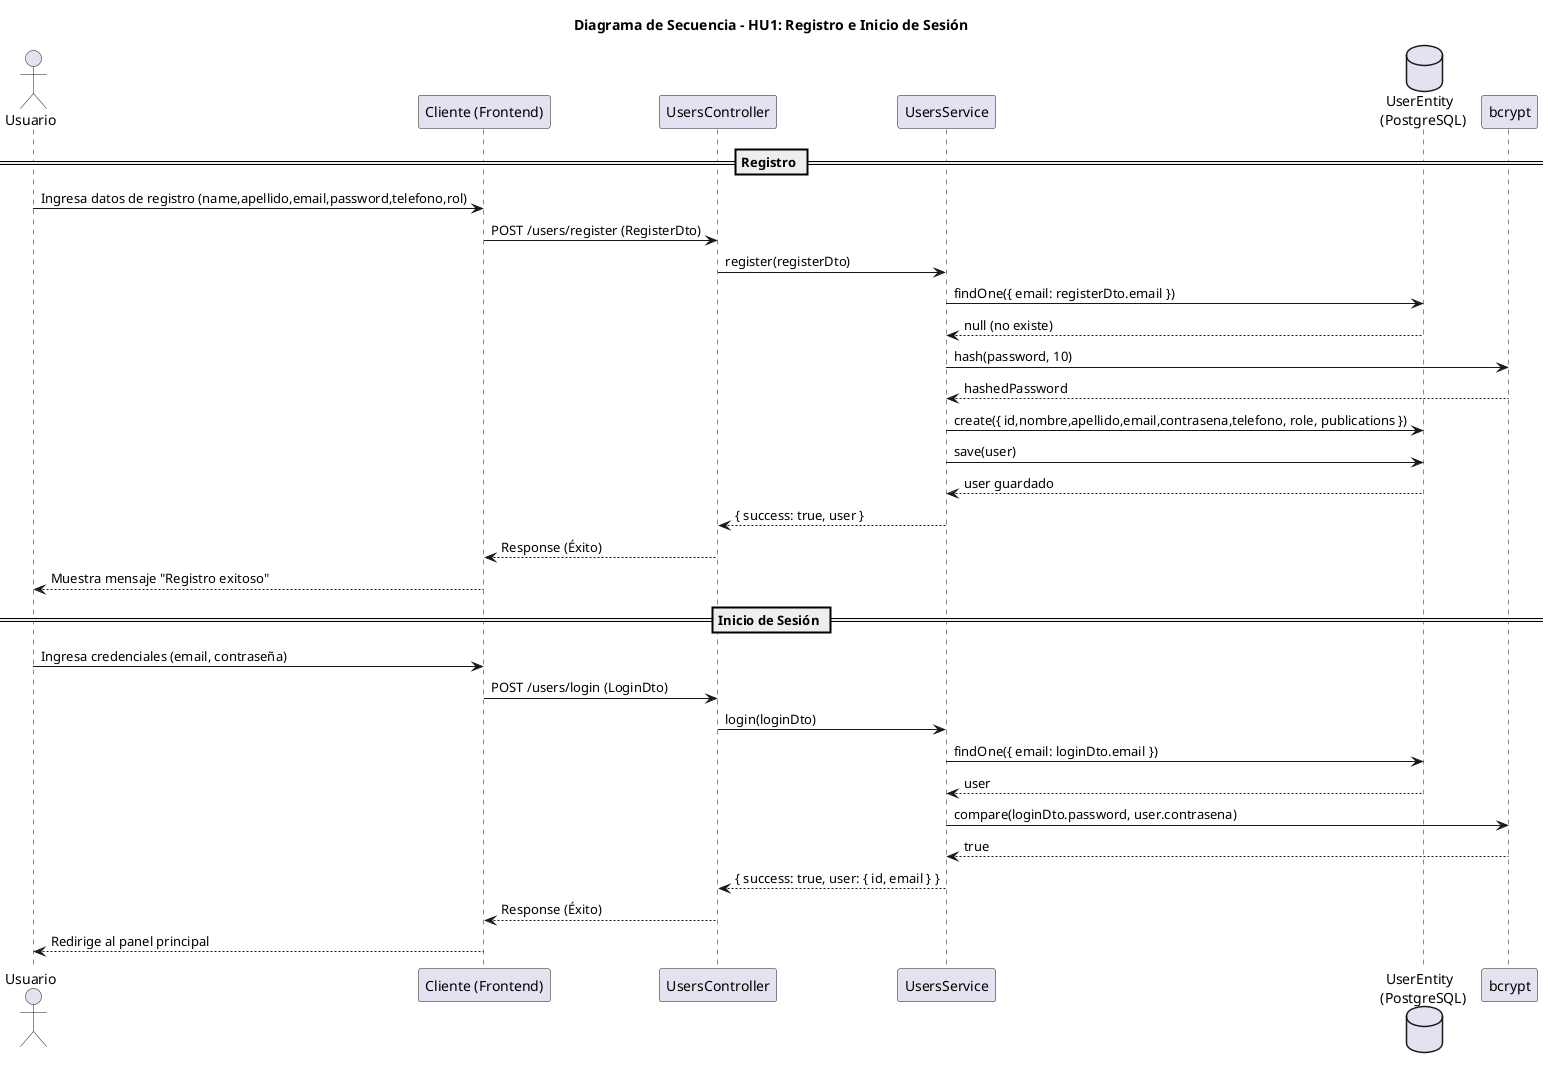
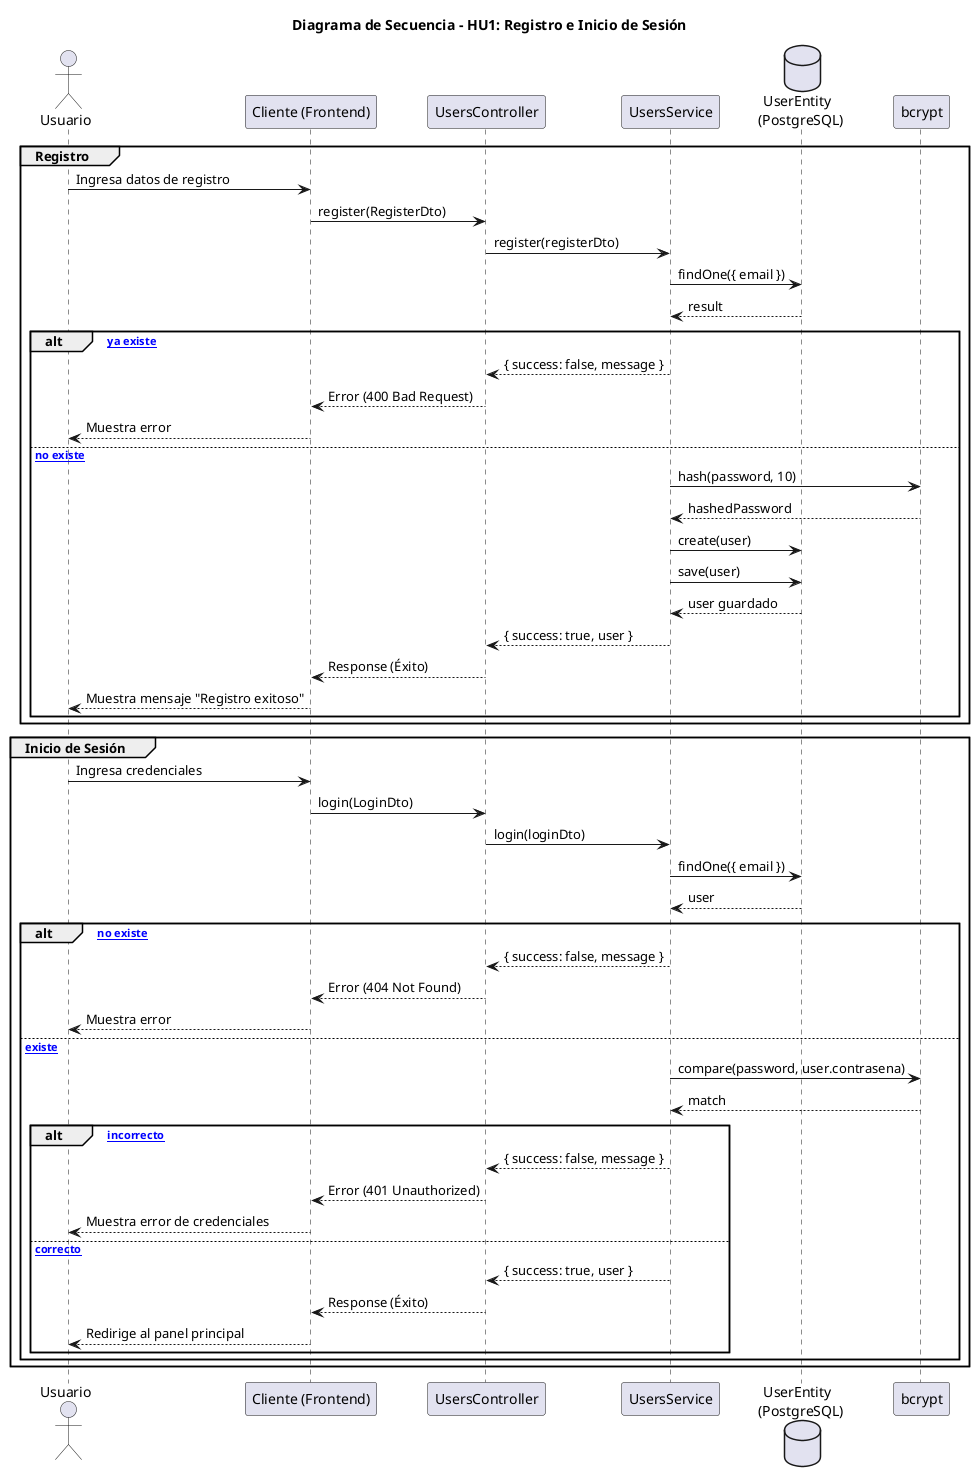
@startuml
title Diagrama de Secuencia - HU1: Registro e Inicio de Sesión

actor "Usuario" as User
participant "Cliente (Frontend)" as Client
participant "UsersController" as Controller
participant "UsersService" as Service
database "UserEntity \n (PostgreSQL)" as DB
participant "bcrypt" as Bcrypt

- == Registro ==
- User -> Client: Ingresa datos de registro (name,apellido,email,password,telefono,rol)
- Client -> Controller: POST /users/register (RegisterDto)
- Controller -> Service: register(registerDto)
+ group Registro
+     User -> Client: Ingresa datos de registro
+     Client -> Controller: register(RegisterDto)
+     Controller -> Service: register(registerDto)

- Service -> DB: findOne({ email: registerDto.email })
- DB --> Service: null (no existe)
+     Service -> DB: findOne({ email })
+     DB --> Service: result

- Service -> Bcrypt: hash(password, 10)
- Bcrypt --> Service: hashedPassword
+     alt [Usuario ya existe]
+         Service --> Controller: { success: false, message }
+         Controller --> Client: Error (400 Bad Request)
+         Client --> User: Muestra error
+     else [Usuario no existe]
+         Service -> Bcrypt: hash(password, 10)
+         Bcrypt --> Service: hashedPassword

- Service -> DB: create({ id,nombre,apellido,email,contrasena,telefono, role, publications })
- Service -> DB: save(user)
- DB --> Service: user guardado
+         Service -> DB: create(user)
+         Service -> DB: save(user)
+         DB --> Service: user guardado

- Service --> Controller: { success: true, user }
- Controller --> Client: Response (Éxito)
- Client --> User: Muestra mensaje "Registro exitoso"
+         Service --> Controller: { success: true, user }
+         Controller --> Client: Response (Éxito)
+         Client --> User: Muestra mensaje "Registro exitoso"
+     end
+ end

- == Inicio de Sesión ==
- User -> Client: Ingresa credenciales (email, contraseña)
- Client -> Controller: POST /users/login (LoginDto)
- Controller -> Service: login(loginDto)
+ group Inicio de Sesión
+     User -> Client: Ingresa credenciales
+     Client -> Controller: login(LoginDto)
+     Controller -> Service: login(loginDto)

- Service -> DB: findOne({ email: loginDto.email })
- DB --> Service: user
+     Service -> DB: findOne({ email })
+     DB --> Service: user

- Service -> Bcrypt: compare(loginDto.password, user.contrasena)
- Bcrypt --> Service: true
+     alt [Usuario no existe]
+         Service --> Controller: { success: false, message }
+         Controller --> Client: Error (404 Not Found)
+         Client --> User: Muestra error
+     else [Usuario existe]
+         Service -> Bcrypt: compare(password, user.contrasena)
+         Bcrypt --> Service: match

- Service --> Controller: { success: true, user: { id, email } }
- Controller --> Client: Response (Éxito)
- Client --> User: Redirige al panel principal
+         alt [Password incorrecto]
+             Service --> Controller: { success: false, message }
+             Controller --> Client: Error (401 Unauthorized)
+             Client --> User: Muestra error de credenciales
+         else [Password correcto]
+             Service --> Controller: { success: true, user }
+             Controller --> Client: Response (Éxito)
+             Client --> User: Redirige al panel principal
+         end
+     end
+ end

@enduml
